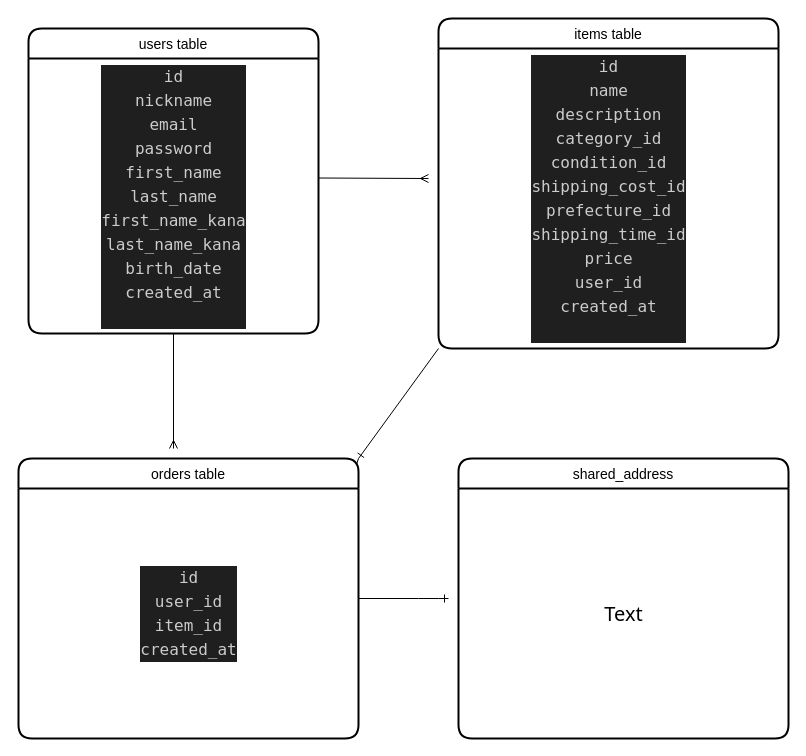
Earlier version of the draw.io diagram furima.dio (KozoWatanabe/furima-14735). Source tidied: cells renumbered, new cells numbered last; positions are measured from the earlier drawing's top-left corner, leaving out a move shared by most shapes. Both pictures are drawn from the tidied source at 100%, with x=0, y=0 at pixel (18, 18).
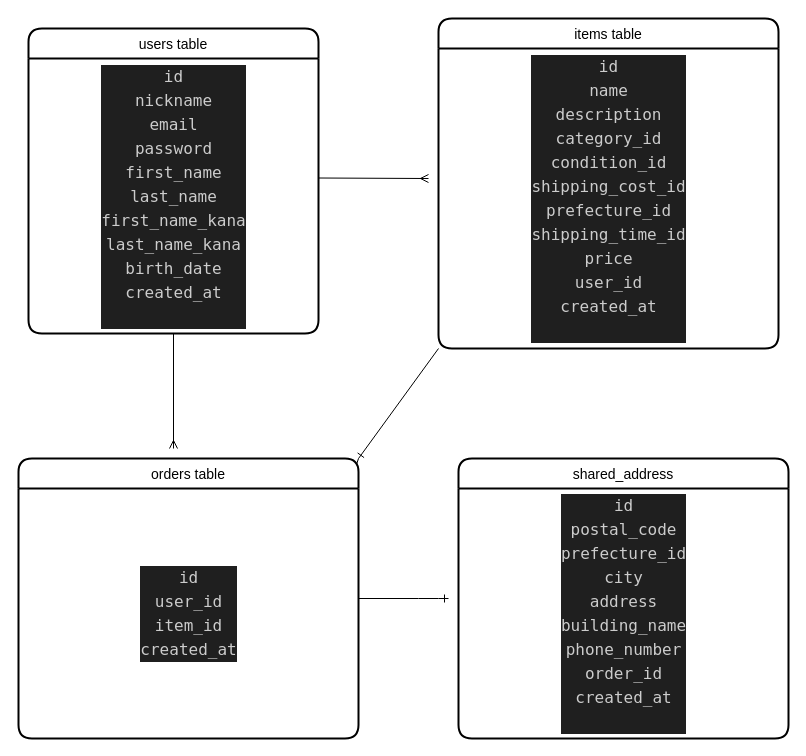
The same diagram, later.

Commit message (it also covers changes not shown here):
references型のカラム名から_id削除

Change to the diagram source:
```diff
@@
 <mxGraphModel>
   <root>
     <mxCell id="0" />
     <mxCell id="1" parent="0" />
     <mxCell id="2" value="users table" style="swimlane;horizontal=1;startSize=30;rounded=1;fontSize=14;fontStyle=0;strokeWidth=2;shadow=0;dashed=0;align=center;" parent="1" vertex="1">
       <mxGeometry x="10" y="10" width="290" height="305" as="geometry" />
     </mxCell>
     <mxCell id="3" value="&lt;div style=&quot;color: rgb(204, 204, 204); background-color: rgb(31, 31, 31); font-family: Menlo, Monaco, &amp;quot;Courier New&amp;quot;, monospace; font-size: 16px; line-height: 24px;&quot;&gt;id&lt;/div&gt;&lt;div style=&quot;color: rgb(204, 204, 204); background-color: rgb(31, 31, 31); font-family: Menlo, Monaco, &amp;quot;Courier New&amp;quot;, monospace; font-size: 16px; line-height: 24px;&quot;&gt;nickname&lt;/div&gt;&lt;div style=&quot;color: rgb(204, 204, 204); background-color: rgb(31, 31, 31); font-family: Menlo, Monaco, &amp;quot;Courier New&amp;quot;, monospace; font-size: 16px; line-height: 24px;&quot;&gt;email&lt;/div&gt;&lt;div style=&quot;color: rgb(204, 204, 204); background-color: rgb(31, 31, 31); font-family: Menlo, Monaco, &amp;quot;Courier New&amp;quot;, monospace; font-size: 16px; line-height: 24px;&quot;&gt;password&lt;/div&gt;&lt;div style=&quot;color: rgb(204, 204, 204); background-color: rgb(31, 31, 31); font-family: Menlo, Monaco, &amp;quot;Courier New&amp;quot;, monospace; font-size: 16px; line-height: 24px;&quot;&gt;first_name&lt;/div&gt;&lt;div style=&quot;color: rgb(204, 204, 204); background-color: rgb(31, 31, 31); font-family: Menlo, Monaco, &amp;quot;Courier New&amp;quot;, monospace; font-size: 16px; line-height: 24px;&quot;&gt;last_name&lt;/div&gt;&lt;div style=&quot;color: rgb(204, 204, 204); background-color: rgb(31, 31, 31); font-family: Menlo, Monaco, &amp;quot;Courier New&amp;quot;, monospace; font-size: 16px; line-height: 24px;&quot;&gt;first_name_kana&lt;/div&gt;&lt;div style=&quot;color: rgb(204, 204, 204); background-color: rgb(31, 31, 31); font-family: Menlo, Monaco, &amp;quot;Courier New&amp;quot;, monospace; font-size: 16px; line-height: 24px;&quot;&gt;last_name_kana&lt;/div&gt;&lt;div style=&quot;color: rgb(204, 204, 204); background-color: rgb(31, 31, 31); font-family: Menlo, Monaco, &amp;quot;Courier New&amp;quot;, monospace; font-size: 16px; line-height: 24px;&quot;&gt;birth_date&lt;/div&gt;&lt;div style=&quot;color: rgb(204, 204, 204); background-color: rgb(31, 31, 31); font-family: Menlo, Monaco, &amp;quot;Courier New&amp;quot;, monospace; font-size: 16px; line-height: 24px;&quot;&gt;created_at&lt;/div&gt;&lt;div style=&quot;color: rgb(204, 204, 204); background-color: rgb(31, 31, 31); font-family: Menlo, Monaco, &amp;quot;Courier New&amp;quot;, monospace; font-size: 16px; line-height: 24px;&quot;&gt;&lt;br&gt;&lt;/div&gt;" style="text;html=1;align=center;verticalAlign=middle;points=[];strokeColor=none;fillColor=none;" parent="2" vertex="1">
       <mxGeometry y="30" width="290" height="275" as="geometry" />
     </mxCell>
     <mxCell id="4" style="edgeStyle=none;html=1;exitX=0;exitY=1;exitDx=0;exitDy=0;entryX=1;entryY=0;entryDx=0;entryDy=0;endArrow=ERone;endFill=0;" parent="1" edge="1" source="5" target="9">
       <mxGeometry relative="1" as="geometry" />
     </mxCell>
     <mxCell id="5" value="items table" style="swimlane;horizontal=1;startSize=30;rounded=1;fontSize=14;fontStyle=0;strokeWidth=2;shadow=0;dashed=0;align=center;fontFamily=Helvetica;" parent="1" vertex="1">
       <mxGeometry x="420" width="340" height="330" as="geometry" />
     </mxCell>
     <mxCell id="6" value="&lt;font style=&quot;font-size: 20px;&quot;&gt;&lt;div style=&quot;color: rgb(204, 204, 204); background-color: rgb(31, 31, 31); font-family: Menlo, Monaco, &amp;quot;Courier New&amp;quot;, monospace; font-size: 16px; line-height: 24px;&quot;&gt;id&lt;/div&gt;&lt;div style=&quot;color: rgb(204, 204, 204); background-color: rgb(31, 31, 31); font-family: Menlo, Monaco, &amp;quot;Courier New&amp;quot;, monospace; font-size: 16px; line-height: 24px;&quot;&gt;name&lt;/div&gt;&lt;div style=&quot;color: rgb(204, 204, 204); background-color: rgb(31, 31, 31); font-family: Menlo, Monaco, &amp;quot;Courier New&amp;quot;, monospace; font-size: 16px; line-height: 24px;&quot;&gt;description&lt;/div&gt;&lt;div style=&quot;color: rgb(204, 204, 204); background-color: rgb(31, 31, 31); font-family: Menlo, Monaco, &amp;quot;Courier New&amp;quot;, monospace; font-size: 16px; line-height: 24px;&quot;&gt;category_id&lt;/div&gt;&lt;div style=&quot;color: rgb(204, 204, 204); background-color: rgb(31, 31, 31); font-family: Menlo, Monaco, &amp;quot;Courier New&amp;quot;, monospace; font-size: 16px; line-height: 24px;&quot;&gt;condition_id&lt;/div&gt;&lt;div style=&quot;color: rgb(204, 204, 204); background-color: rgb(31, 31, 31); font-family: Menlo, Monaco, &amp;quot;Courier New&amp;quot;, monospace; font-size: 16px; line-height: 24px;&quot;&gt;shipping_cost_id&lt;/div&gt;&lt;div style=&quot;color: rgb(204, 204, 204); background-color: rgb(31, 31, 31); font-family: Menlo, Monaco, &amp;quot;Courier New&amp;quot;, monospace; font-size: 16px; line-height: 24px;&quot;&gt;prefecture_id&lt;/div&gt;&lt;div style=&quot;color: rgb(204, 204, 204); background-color: rgb(31, 31, 31); font-family: Menlo, Monaco, &amp;quot;Courier New&amp;quot;, monospace; font-size: 16px; line-height: 24px;&quot;&gt;shipping_time_id&lt;/div&gt;&lt;div style=&quot;color: rgb(204, 204, 204); background-color: rgb(31, 31, 31); font-family: Menlo, Monaco, &amp;quot;Courier New&amp;quot;, monospace; font-size: 16px; line-height: 24px;&quot;&gt;price&lt;/div&gt;&lt;div style=&quot;color: rgb(204, 204, 204); background-color: rgb(31, 31, 31); font-family: Menlo, Monaco, &amp;quot;Courier New&amp;quot;, monospace; font-size: 16px; line-height: 24px;&quot;&gt;user_id&lt;/div&gt;&lt;div style=&quot;color: rgb(204, 204, 204); background-color: rgb(31, 31, 31); font-family: Menlo, Monaco, &amp;quot;Courier New&amp;quot;, monospace; font-size: 16px; line-height: 24px;&quot;&gt;created_at&lt;/div&gt;&lt;div style=&quot;color: rgb(204, 204, 204); background-color: rgb(31, 31, 31); font-family: Menlo, Monaco, &amp;quot;Courier New&amp;quot;, monospace; font-size: 16px; line-height: 24px;&quot;&gt;&lt;br&gt;&lt;/div&gt;&lt;/font&gt;" style="text;html=1;align=center;verticalAlign=top;strokeColor=none;fillColor=none;fontSize=20;fontFamily=Tahoma;" parent="5" vertex="1">
       <mxGeometry y="30" width="340" height="300" as="geometry" />
     </mxCell>
     <mxCell id="7" style="edgeStyle=none;html=1;exitX=1;exitY=0.5;exitDx=0;exitDy=0;endArrow=ERone;endFill=0;" parent="1" edge="1" source="9">
       <mxGeometry relative="1" as="geometry">
         <mxPoint x="430" y="580" as="targetPoint" />
         <Array as="points">
           <mxPoint x="410" y="580" />
         </Array>
       </mxGeometry>
     </mxCell>
     <mxCell id="8" style="edgeStyle=none;html=1;exitX=1;exitY=0;exitDx=0;exitDy=0;endArrow=ERone;endFill=0;" parent="1" edge="1" source="9">
       <mxGeometry relative="1" as="geometry">
         <mxPoint x="330" y="470" as="targetPoint" />
       </mxGeometry>
     </mxCell>
     <mxCell id="9" value="orders table" style="swimlane;horizontal=1;startSize=30;rounded=1;fontSize=14;fontStyle=0;strokeWidth=2;shadow=0;dashed=0;align=center;" parent="1" vertex="1">
       <mxGeometry y="440" width="340" height="280" as="geometry" />
     </mxCell>
     <mxCell id="10" value="&lt;div style=&quot;color: rgb(204, 204, 204); background-color: rgb(31, 31, 31); font-family: Menlo, Monaco, &amp;quot;Courier New&amp;quot;, monospace; font-size: 16px; line-height: 24px;&quot;&gt;id&lt;/div&gt;&lt;div style=&quot;color: rgb(204, 204, 204); background-color: rgb(31, 31, 31); font-family: Menlo, Monaco, &amp;quot;Courier New&amp;quot;, monospace; font-size: 16px; line-height: 24px;&quot;&gt;user_id&lt;/div&gt;&lt;div style=&quot;color: rgb(204, 204, 204); background-color: rgb(31, 31, 31); font-family: Menlo, Monaco, &amp;quot;Courier New&amp;quot;, monospace; font-size: 16px; line-height: 24px;&quot;&gt;item_id&lt;/div&gt;&lt;div style=&quot;color: rgb(204, 204, 204); background-color: rgb(31, 31, 31); font-family: Menlo, Monaco, &amp;quot;Courier New&amp;quot;, monospace; font-size: 16px; line-height: 24px;&quot;&gt;created_at&lt;/div&gt;" style="text;html=1;align=center;verticalAlign=middle;strokeColor=none;fillColor=none;fontSize=20;fontFamily=Tahoma;" parent="9" vertex="1">
       <mxGeometry y="30" width="340" height="250" as="geometry" />
     </mxCell>
     <mxCell id="11" value="shared_address" style="swimlane;horizontal=1;startSize=30;rounded=1;fontSize=14;fontStyle=0;strokeWidth=2;shadow=0;dashed=0;align=center;" parent="1" vertex="1">
       <mxGeometry x="440" y="440" width="330" height="280" as="geometry" />
     </mxCell>
-    <mxCell id="12" value="Text" style="text;html=1;align=center;verticalAlign=middle;strokeColor=none;fillColor=none;fontSize=20;fontFamily=Tahoma;" parent="11" vertex="1">
+    <mxCell id="12" value="&lt;div style=&quot;color: rgb(204, 204, 204); background-color: rgb(31, 31, 31); font-family: Menlo, Monaco, &amp;quot;Courier New&amp;quot;, monospace; font-size: 16px; line-height: 24px;&quot;&gt;id&lt;/div&gt;&lt;div style=&quot;color: rgb(204, 204, 204); background-color: rgb(31, 31, 31); font-family: Menlo, Monaco, &amp;quot;Courier New&amp;quot;, monospace; font-size: 16px; line-height: 24px;&quot;&gt;postal_code&lt;/div&gt;&lt;div style=&quot;color: rgb(204, 204, 204); background-color: rgb(31, 31, 31); font-family: Menlo, Monaco, &amp;quot;Courier New&amp;quot;, monospace; font-size: 16px; line-height: 24px;&quot;&gt;prefecture_id&lt;/div&gt;&lt;div style=&quot;color: rgb(204, 204, 204); background-color: rgb(31, 31, 31); font-family: Menlo, Monaco, &amp;quot;Courier New&amp;quot;, monospace; font-size: 16px; line-height: 24px;&quot;&gt;city&lt;/div&gt;&lt;div style=&quot;color: rgb(204, 204, 204); background-color: rgb(31, 31, 31); font-family: Menlo, Monaco, &amp;quot;Courier New&amp;quot;, monospace; font-size: 16px; line-height: 24px;&quot;&gt;address&lt;/div&gt;&lt;div style=&quot;color: rgb(204, 204, 204); background-color: rgb(31, 31, 31); font-family: Menlo, Monaco, &amp;quot;Courier New&amp;quot;, monospace; font-size: 16px; line-height: 24px;&quot;&gt;building_name&lt;/div&gt;&lt;div style=&quot;color: rgb(204, 204, 204); background-color: rgb(31, 31, 31); font-family: Menlo, Monaco, &amp;quot;Courier New&amp;quot;, monospace; font-size: 16px; line-height: 24px;&quot;&gt;phone_number&lt;/div&gt;&lt;div style=&quot;color: rgb(204, 204, 204); background-color: rgb(31, 31, 31); font-family: Menlo, Monaco, &amp;quot;Courier New&amp;quot;, monospace; font-size: 16px; line-height: 24px;&quot;&gt;order_id&lt;/div&gt;&lt;div style=&quot;color: rgb(204, 204, 204); background-color: rgb(31, 31, 31); font-family: Menlo, Monaco, &amp;quot;Courier New&amp;quot;, monospace; font-size: 16px; line-height: 24px;&quot;&gt;created_at&lt;/div&gt;&lt;div style=&quot;color: rgb(204, 204, 204); background-color: rgb(31, 31, 31); font-family: Menlo, Monaco, &amp;quot;Courier New&amp;quot;, monospace; font-size: 16px; line-height: 24px;&quot;&gt;&lt;br&gt;&lt;/div&gt;" style="text;html=1;align=center;verticalAlign=middle;strokeColor=none;fillColor=none;fontSize=20;fontFamily=Tahoma;" parent="11" vertex="1">
       <mxGeometry y="30" width="330" height="250" as="geometry" />
     </mxCell>
     <mxCell id="13" style="edgeStyle=none;html=1;endArrow=ERmany;endFill=0;" parent="1" edge="1">
       <mxGeometry relative="1" as="geometry">
         <mxPoint x="300" y="159.5" as="sourcePoint" />
         <mxPoint x="410" y="160" as="targetPoint" />
       </mxGeometry>
     </mxCell>
     <mxCell id="14" value="&lt;div style=&quot;color: rgb(204, 204, 204); background-color: rgb(31, 31, 31); font-family: Menlo, Monaco, &amp;quot;Courier New&amp;quot;, monospace; font-weight: normal; font-size: 16px; line-height: 24px;&quot;&gt;&lt;br&gt;&lt;/div&gt;&lt;div style=&quot;color: rgb(204, 204, 204); background-color: rgb(31, 31, 31); font-family: Menlo, Monaco, &amp;quot;Courier New&amp;quot;, monospace; font-weight: normal; font-size: 16px; line-height: 24px;&quot;&gt;&lt;br&gt;&lt;/div&gt;" style="text;html=1;align=left;verticalAlign=middle;strokeColor=none;fillColor=none;" parent="1" vertex="1">
       <mxGeometry x="90" y="240" width="20" height="60" as="geometry" />
     </mxCell>
     <mxCell id="15" style="edgeStyle=none;html=1;endArrow=ERmany;endFill=0;" parent="1" edge="1" source="3">
       <mxGeometry relative="1" as="geometry">
         <mxPoint x="155" y="430" as="targetPoint" />
       </mxGeometry>
     </mxCell>
   </root>
 </mxGraphModel>
```
